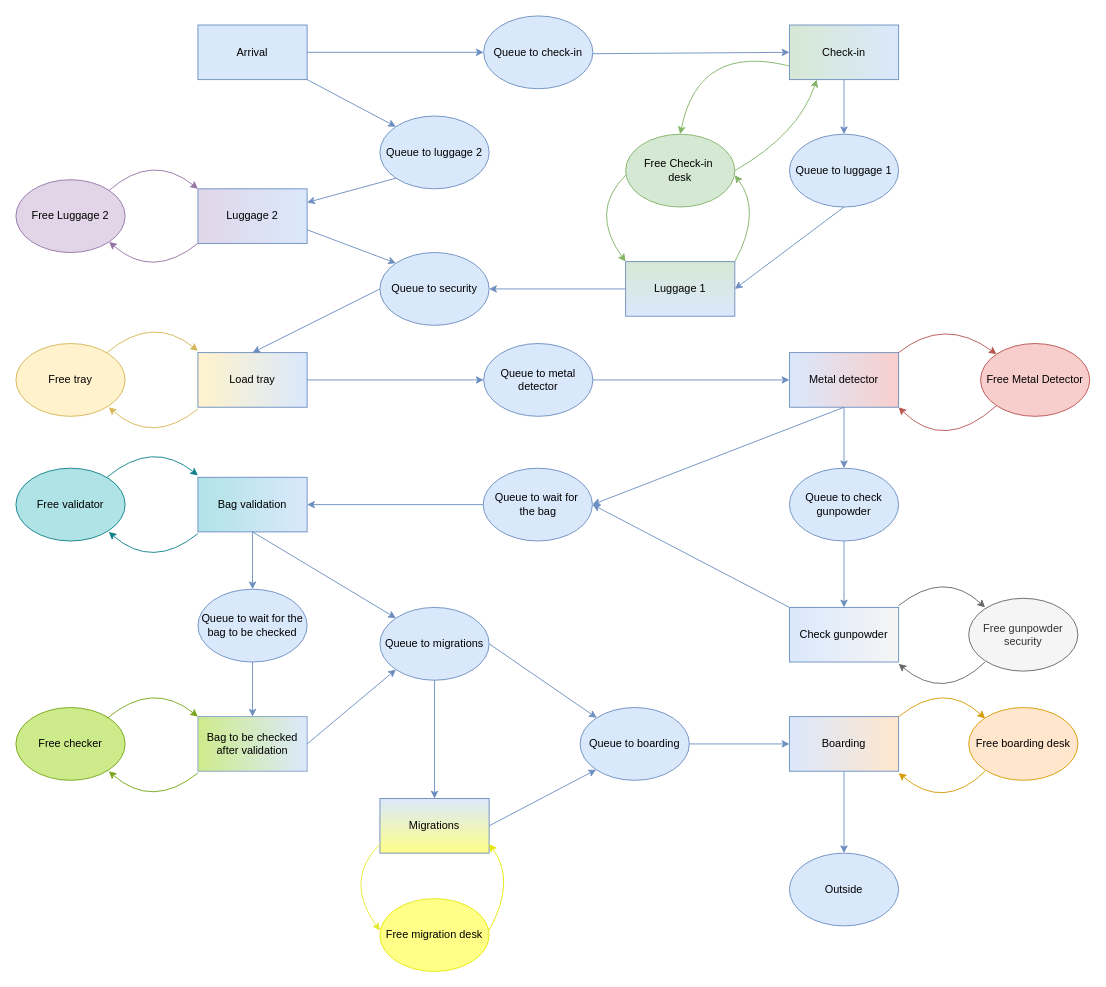
Above: Untitled Diagram.drawio in martabarretoramalho/SCM (draw.io), before the change. Source tidied: cells renumbered, new cells numbered last; positions are measured from the earlier drawing's top-left corner, leaving out a move shared by most shapes. Both pictures are drawn from the tidied source at 91%, with x=0, y=0 at pixel (15, 15).
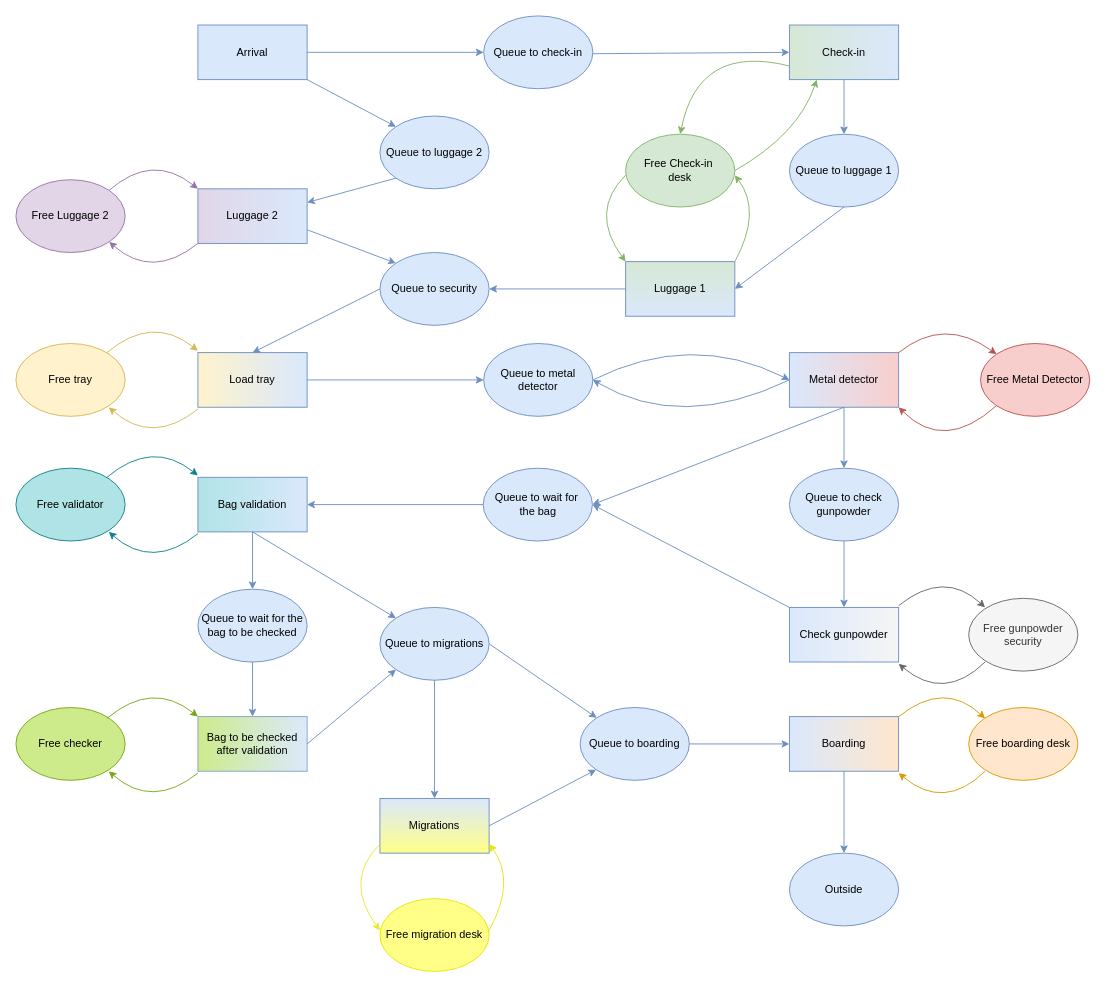
The same page after the edit.

Unchanged cells that the change refers to:
```xml
<mxCell id="29" value="Queue to metal detector" style="ellipse;whiteSpace=wrap;html=1;fillColor=#dae8fc;strokeColor=#6c8ebf;" parent="1" vertex="1">
  <mxGeometry x="514" y="360" width="120" height="80" as="geometry" />
</mxCell>
<mxCell id="30" value="Metal detector" style="rounded=0;whiteSpace=wrap;html=1;fillColor=#dae8fc;strokeColor=#6c8ebf;gradientColor=#f8cecc;gradientDirection=east;" parent="1" vertex="1">
  <mxGeometry x="850" y="370" width="120" height="60" as="geometry" />
</mxCell>
```

Change to the diagram source:
```diff
@@
-    <mxCell id="31" style="endArrow=classic;html=1;rounded=0;exitX=1;exitY=0.5;exitDx=0;exitDy=0;entryX=0;entryY=0.5;entryDx=0;entryDy=0;fillColor=#dae8fc;strokeColor=#6c8ebf;" parent="1" edge="1" source="29" target="30">
-      <mxGeometry relative="1" as="geometry" />
+    <mxCell id="31" style="endArrow=classic;html=1;rounded=0;exitX=1;exitY=0.5;exitDx=0;exitDy=0;entryX=0;entryY=0.5;entryDx=0;entryDy=0;fillColor=#dae8fc;strokeColor=#6c8ebf;curved=1;" parent="1" edge="1" source="29" target="30">
+      <mxGeometry relative="1" as="geometry">
+        <Array as="points">
+          <mxPoint x="742" y="346" />
+        </Array>
+      </mxGeometry>
     </mxCell>
@@
+    <mxCell id="78" style="endArrow=classic;html=1;rounded=0;exitX=0;exitY=0.5;exitDx=0;exitDy=0;entryX=1;entryY=0.5;entryDx=0;entryDy=0;fillColor=#dae8fc;strokeColor=#6c8ebf;curved=1;" parent="1" edge="1" source="30" target="29">
+      <mxGeometry relative="1" as="geometry">
+        <Array as="points">
+          <mxPoint x="731" y="457" />
+        </Array>
+      </mxGeometry>
+    </mxCell>
```
